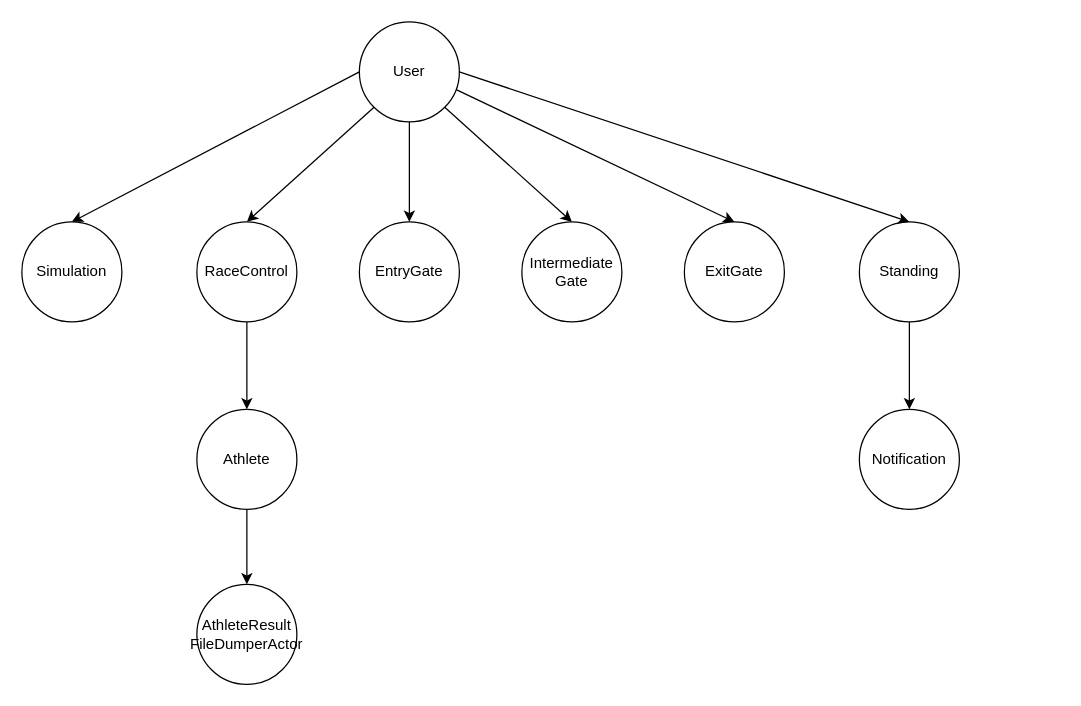
This is page "Hierarchy" (1 of 2) of src/Host/diagram/thriathlon race.drawio from fbasco81/triathlon-race-demo, a draw.io file, before an edit. Source tidied: cells renumbered, new cells numbered last; positions are measured from the earlier drawing's top-left corner, leaving out a move shared by most shapes. Both pictures are drawn from the tidied source at 125%, with x=0, y=0 at pixel (21, 21).
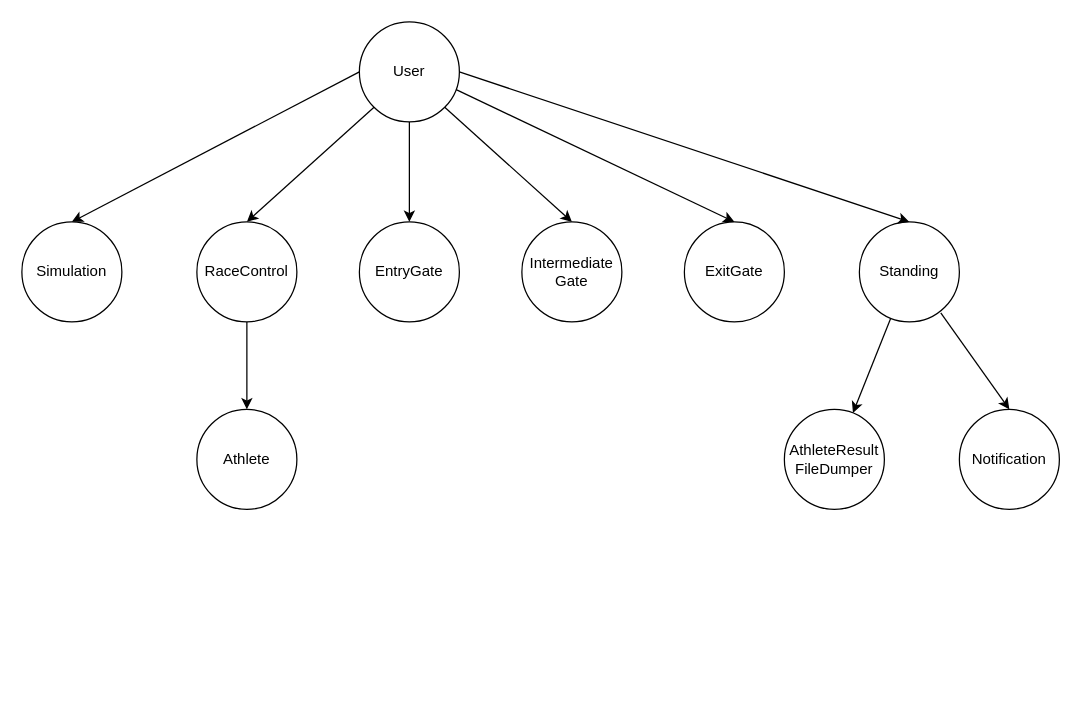
After the change.

Unchanged cells that the change refers to:
```xml
<mxCell id="3" value="Athlete" style="ellipse;whiteSpace=wrap;html=1;" parent="1" vertex="1">
  <mxGeometry x="140" y="310" width="80" height="80" as="geometry" />
</mxCell>
<mxCell id="11" value="Standing" style="ellipse;whiteSpace=wrap;html=1;" parent="1" vertex="1">
  <mxGeometry x="670" y="160" width="80" height="80" as="geometry" />
</mxCell>
```

The edit, as a diff of the source:
```diff
@@
-    <mxCell id="2" style="rounded=0;jettySize=auto;html=1;entryX=0.5;entryY=0;entryDx=0;entryDy=0;exitX=0.5;exitY=1;exitDx=0;exitDy=0;" parent="1" edge="1" source="3" target="12">
-      <mxGeometry relative="1" as="geometry" />
-    </mxCell>
@@
-    <mxCell id="10" style="rounded=0;jettySize=auto;html=1;exitX=0.5;exitY=1;exitDx=0;exitDy=0;" parent="1" edge="1" source="11" target="13">
+    <mxCell id="10" style="rounded=0;jettySize=auto;html=1;exitX=0.814;exitY=0.909;exitDx=0;exitDy=0;entryX=0.5;entryY=0;entryDx=0;entryDy=0;exitPerimeter=0;" parent="1" edge="1" source="11" target="13">
       <mxGeometry relative="1" as="geometry" />
     </mxCell>
+    <mxCell id="21" style="rounded=0;jettySize=auto;html=1;" parent="1" edge="1" source="11" target="12">
+      <mxGeometry relative="1" as="geometry" />
+    </mxCell>
@@
-    <mxCell id="12" value="AthleteResult&lt;br&gt;FileDumperActor" style="ellipse;whiteSpace=wrap;html=1;" parent="1" vertex="1">
-      <mxGeometry x="140" y="450" width="80" height="80" as="geometry" />
+    <mxCell id="12" value="AthleteResult&lt;br&gt;FileDumper" style="ellipse;whiteSpace=wrap;html=1;" parent="1" vertex="1">
+      <mxGeometry x="610" y="310" width="80" height="80" as="geometry" />
     </mxCell>
     <mxCell id="13" value="Notification" style="ellipse;whiteSpace=wrap;html=1;labelBackgroundColor=#ffffff;" parent="1" vertex="1">
-      <mxGeometry x="670" y="310" width="80" height="80" as="geometry" />
+      <mxGeometry x="750" y="310" width="80" height="80" as="geometry" />
     </mxCell>
```
